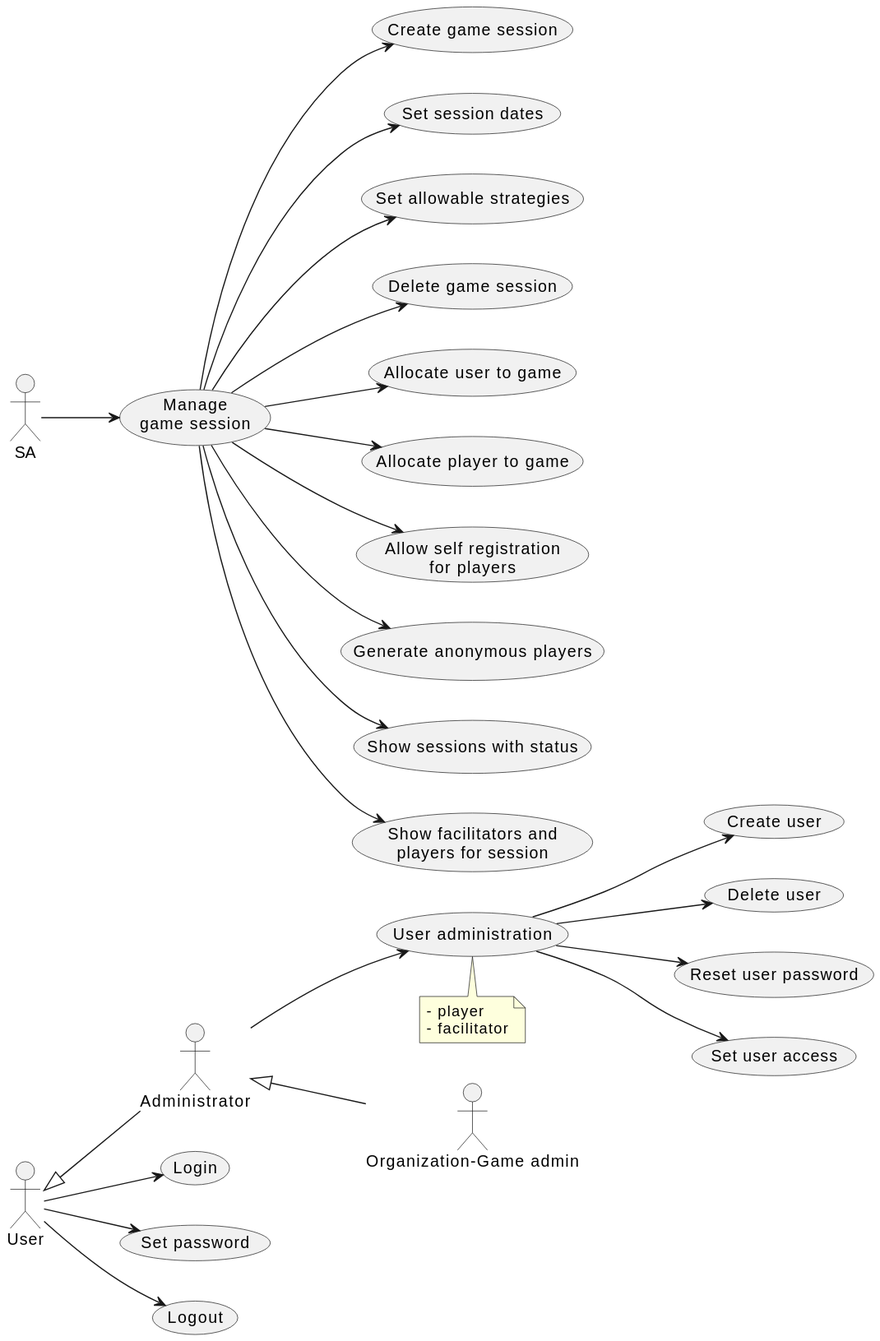
This is doc/2-use-cases/diagrams/organization-game-administration.svg from averbraeck/gscg-design, a PlantUML export, as it was before one commit.
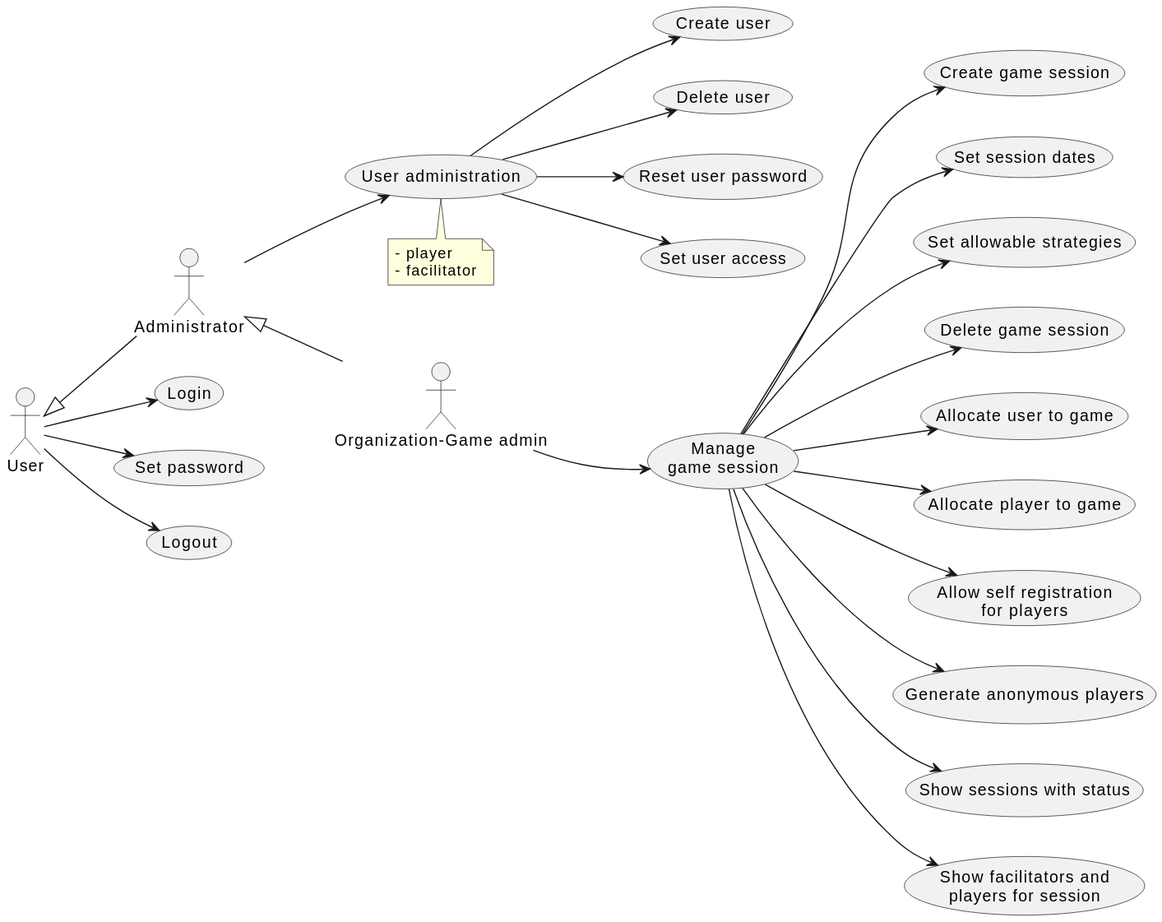
Later version of the same file.

The edit, as a diff of the source:
```diff
@@ -21,7 +21,7 @@
 (User administration) --> (Set user access)
 
 "Manage\ngame session" as (Manage)
-SA --> Manage : "\n\n\n\n\n\n\n\n\n\n"
+OGA --> Manage : "\n\n\n\n\n\n\n\n\n\n"
 Manage --> (Create game session)
 Manage --> (Set session dates)
 Manage --> (Set allowable strategies)
```
